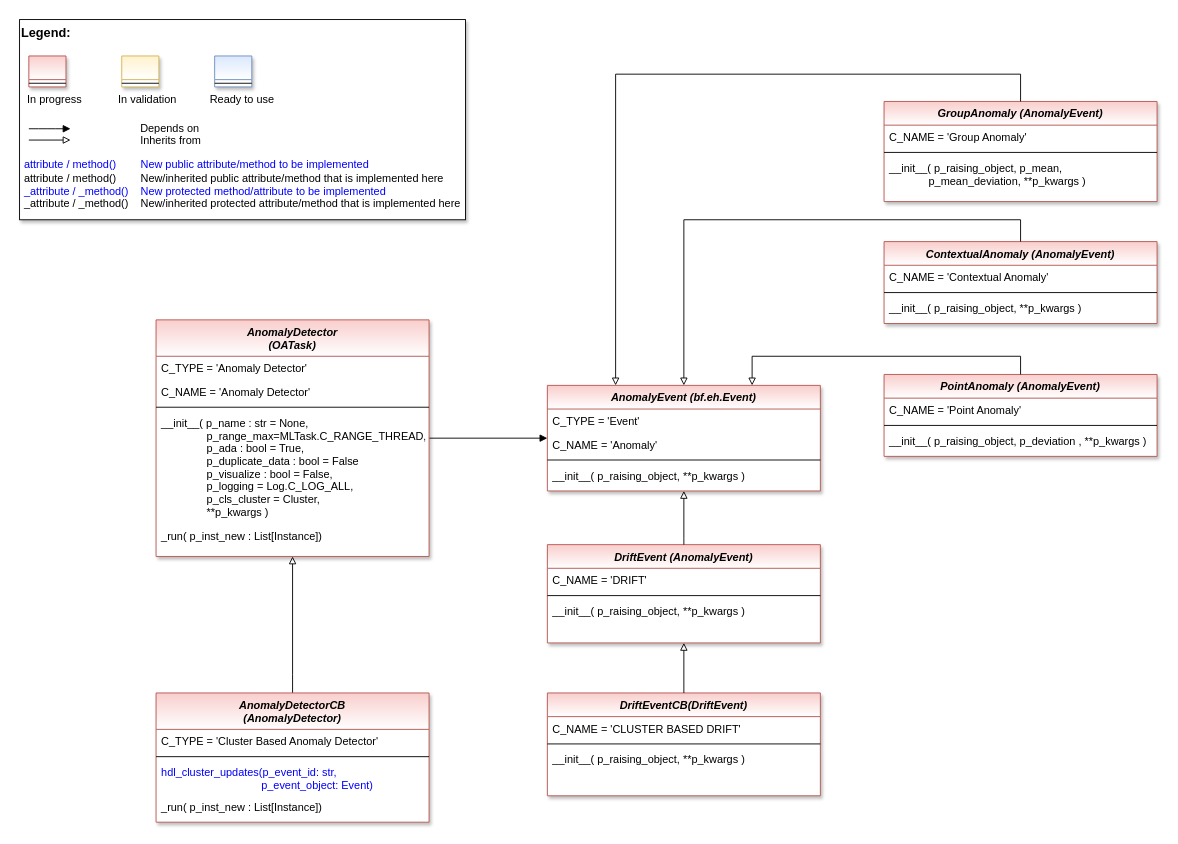
The draw.io diagram doc/rtd/content/04_appendices/appendix2/sub/core/mlpro_oa/streams/tasks/images/MLPro-OA_Anomaly_Detectors_class_diagram.drawio in fhswf/MLPro, before the edit. Source tidied: cells renumbered, new cells numbered last; positions are measured from the earlier drawing's top-left corner, leaving out a move shared by most shapes. Both pictures are drawn from the tidied source at 91%, with x=0, y=0 at pixel (19, 19).
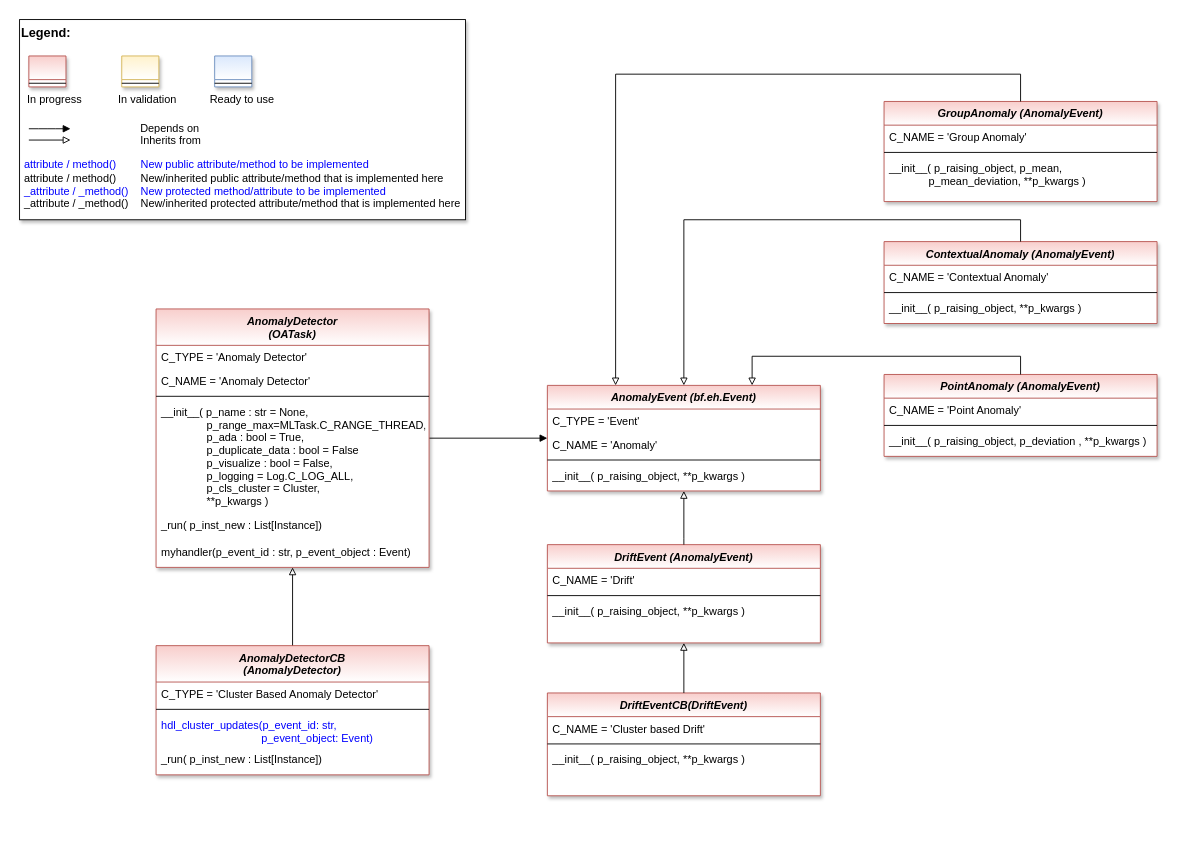
After the change.

Unchanged cells that the change refers to:
```xml
<mxCell id="34" value="DriftEvent (AnomalyEvent)" style="swimlane;fontStyle=3;align=center;verticalAlign=top;horizontal=1;startSize=26;rounded=0;shadow=1;strokeWidth=1;fillColor=#f8cecc;strokeColor=#b85450;swimlaneFillColor=#ffffff;gradientColor=#ffffff;" parent="1" vertex="1">
  <mxGeometry x="580" y="577" width="300" height="108" as="geometry" />
</mxCell>
<mxCell id="39" value="DriftEventCB(DriftEvent)" style="swimlane;fontStyle=3;align=center;verticalAlign=top;horizontal=1;startSize=26;rounded=0;shadow=1;strokeWidth=1;fillColor=#f8cecc;strokeColor=#b85450;swimlaneFillColor=#ffffff;gradientColor=#ffffff;" parent="1" vertex="1">
  <mxGeometry x="580" y="740" width="300" height="113" as="geometry" />
</mxCell>
```

Diff of the diagram source:
```diff
@@
     <mxCell id="13" value="AnomalyDetector&#10;(OATask)" style="swimlane;fontStyle=3;align=center;verticalAlign=top;horizontal=1;startSize=40;rounded=0;shadow=1;strokeWidth=1;fillColor=#f8cecc;strokeColor=#b85450;swimlaneFillColor=#ffffff;gradientColor=#ffffff;" parent="1" vertex="1">
-      <mxGeometry x="150" y="330" width="300" height="260" as="geometry" />
+      <mxGeometry x="150" y="318" width="300" height="284" as="geometry" />
     </mxCell>
@@
+    <mxCell id="55" value="myhandler(p_event_id : str, p_event_object : Event)" style="text;align=left;verticalAlign=top;spacingLeft=4;spacingRight=4;overflow=hidden;shadow=1;" parent="13" vertex="1">
+      <mxGeometry y="254" width="300" height="30" as="geometry" />
+    </mxCell>
@@
     <mxCell id="25" value="AnomalyDetectorCB &#10;(AnomalyDetector)" style="swimlane;fontStyle=3;align=center;verticalAlign=top;horizontal=1;startSize=40;rounded=0;shadow=1;strokeWidth=1;fillColor=#f8cecc;strokeColor=#b85450;swimlaneFillColor=#ffffff;gradientColor=#ffffff;" parent="1" vertex="1">
-      <mxGeometry x="150" y="740" width="300" height="142" as="geometry" />
+      <mxGeometry x="150" y="688" width="300" height="142" as="geometry" />
     </mxCell>
@@
-    <mxCell id="35" value="C_NAME = 'DRIFT'" style="text;align=left;verticalAlign=top;spacingLeft=4;spacingRight=4;overflow=hidden;fontColor=default;" parent="34" vertex="1">
+    <mxCell id="35" value="C_NAME = 'Drift'" style="text;align=left;verticalAlign=top;spacingLeft=4;spacingRight=4;overflow=hidden;fontColor=default;" parent="34" vertex="1">
       <mxGeometry y="26" width="300" height="26" as="geometry" />
     </mxCell>
@@
-    <mxCell id="40" value="C_NAME = 'CLUSTER BASED DRIFT'" style="text;align=left;verticalAlign=top;spacingLeft=4;spacingRight=4;overflow=hidden;fontColor=default;" parent="39" vertex="1">
+    <mxCell id="40" value="C_NAME = 'Cluster based Drift'" style="text;align=left;verticalAlign=top;spacingLeft=4;spacingRight=4;overflow=hidden;fontColor=default;" parent="39" vertex="1">
       <mxGeometry y="26" width="300" height="26" as="geometry" />
     </mxCell>
```
